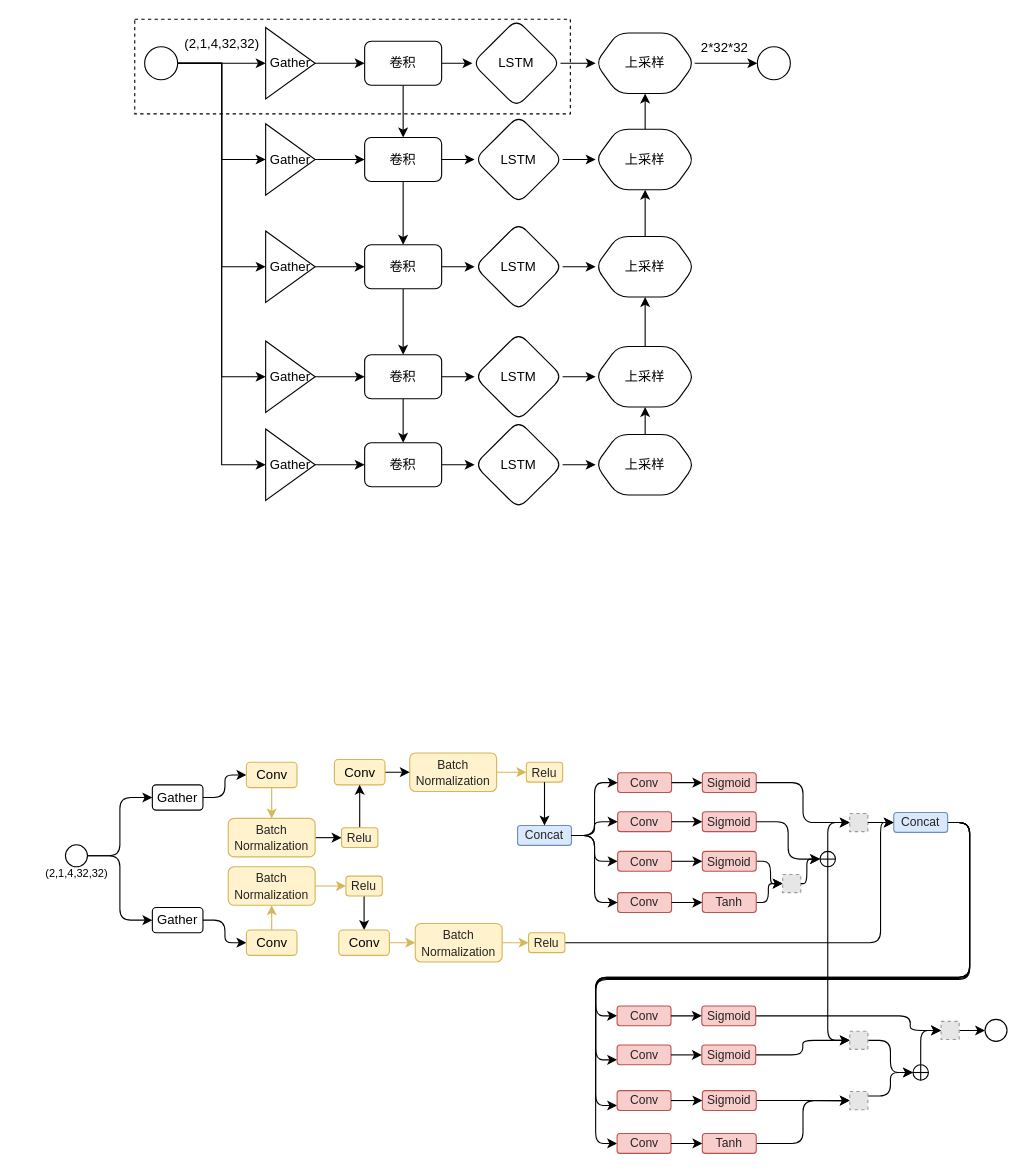
dorbodwolf/graphs_from_draw.io keeps this draw.io diagram as hainanchangedetection.drawio. Above is the earlier version. Source tidied: cells renumbered, new cells numbered last; positions are measured from the earlier drawing's top-left corner, leaving out a move shared by most shapes. Both pictures are drawn from the tidied source at 110%, with x=0, y=0 at pixel (33, 19). Pictures stored in the file or linked from it are replaced by grey dashed boxes.
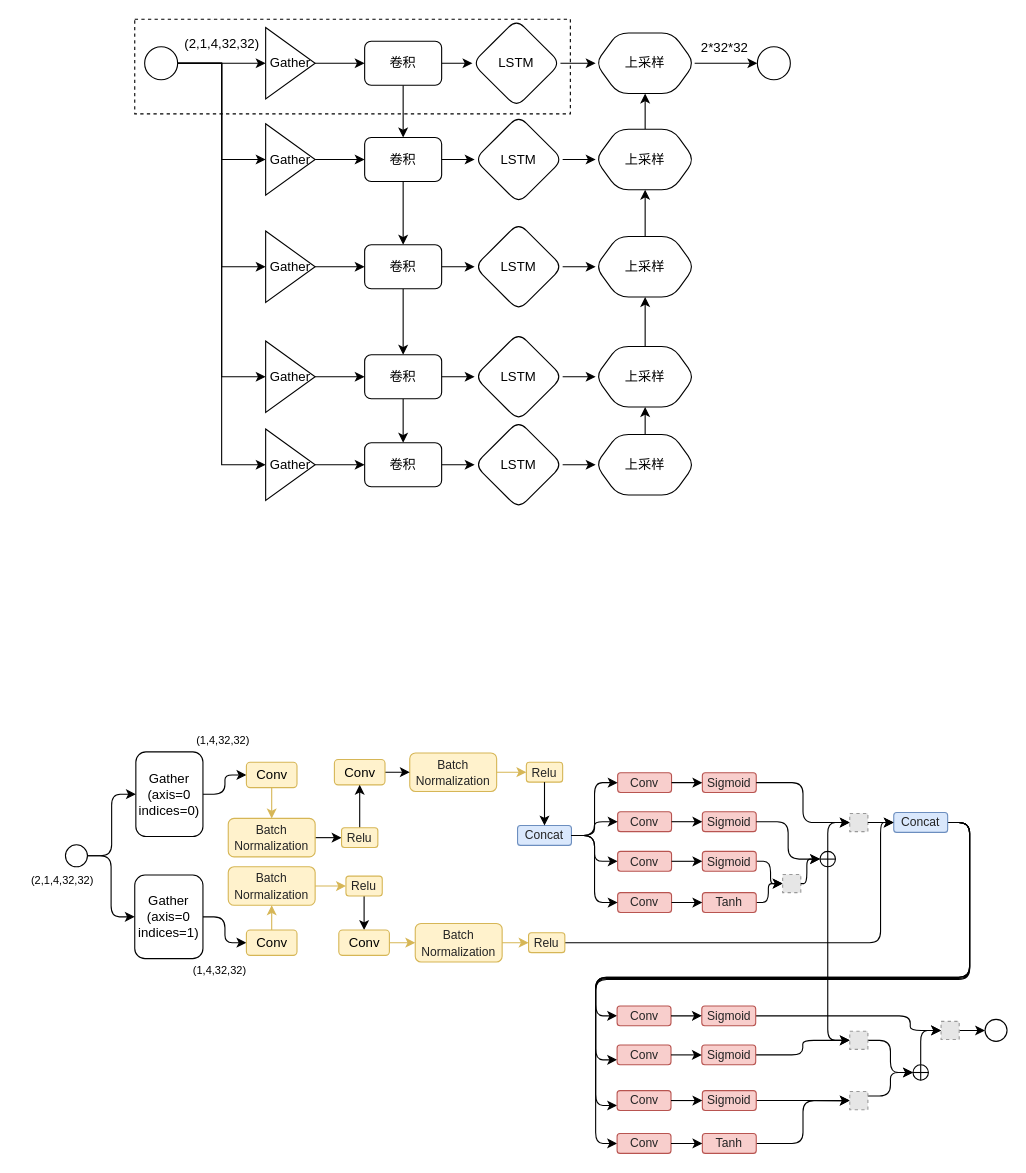
Above is the later version.

Diff of the diagram source:
```diff
@@
-    <mxCell id="57" value="Gather" style="rounded=1;whiteSpace=wrap;html=1;sketch=0;fillColor=none;" parent="1" vertex="1">
-      <mxGeometry x="108" y="807.5" width="46" height="23" as="geometry" />
+    <mxCell id="57" value="Gather&lt;br&gt;(axis=0&lt;br&gt;indices=1)" style="rounded=1;whiteSpace=wrap;html=1;sketch=0;fillColor=none;" parent="1" vertex="1">
+      <mxGeometry x="92" y="778" width="62" height="76" as="geometry" />
     </mxCell>
@@
-    <mxCell id="74" value="Gather" style="rounded=1;whiteSpace=wrap;html=1;sketch=0;fillColor=none;" parent="1" vertex="1">
-      <mxGeometry x="108" y="696" width="46" height="23" as="geometry" />
+    <mxCell id="74" value="Gather&lt;br&gt;(axis=0&lt;br&gt;indices=0)" style="rounded=1;whiteSpace=wrap;html=1;sketch=0;fillColor=none;" parent="1" vertex="1">
+      <mxGeometry x="93" y="666" width="61" height="77" as="geometry" />
     </mxCell>
     <mxCell id="75" value="&lt;p&gt;&lt;font style=&quot;font-size: 10px&quot;&gt;(2,1,4,32,32)&lt;/font&gt;&lt;/p&gt;" style="text;html=1;align=center;verticalAlign=middle;" parent="1" vertex="1">
-      <mxGeometry y="755" width="78" height="42" as="geometry" />
+      <mxGeometry x="-13" y="761.5" width="78" height="42" as="geometry" />
     </mxCell>
@@
+    <mxCell id="146" value="&lt;p&gt;&lt;font style=&quot;font-size: 10px&quot;&gt;(1,4,32,32)&lt;/font&gt;&lt;/p&gt;" style="text;html=1;align=center;verticalAlign=middle;" parent="1" vertex="1">
+      <mxGeometry x="138" y="633.5" width="68" height="42" as="geometry" />
+    </mxCell>
+    <mxCell id="147" value="&lt;p&gt;&lt;font style=&quot;font-size: 10px&quot;&gt;(1,4,32,32)&lt;/font&gt;&lt;/p&gt;" style="text;html=1;align=center;verticalAlign=middle;" parent="1" vertex="1">
+      <mxGeometry x="135" y="843" width="68" height="42" as="geometry" />
+    </mxCell>
```
